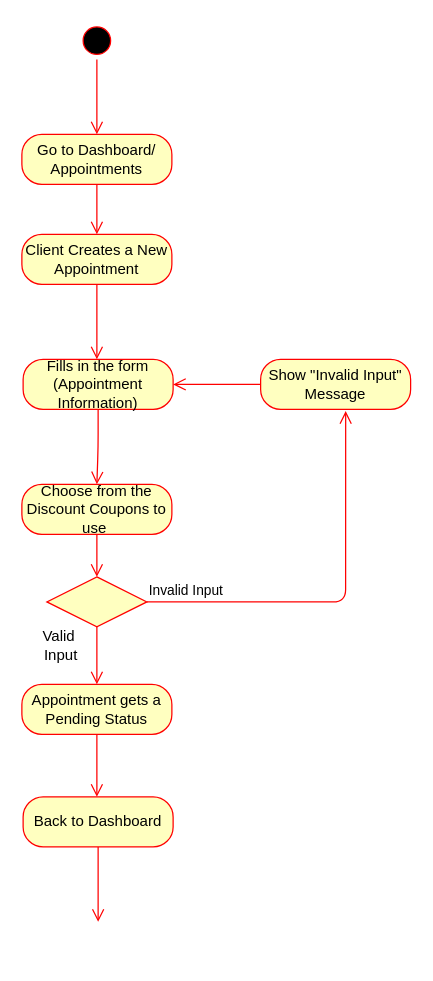
The draw.io diagram Diagrams/Activity Diagrams FINAL/AC_29_Use Coupon.drawio in kkasharaj17/SE-project, before the edit. Source tidied: cells renumbered, new cells numbered last; positions are measured from the earlier drawing's top-left corner, leaving out a move shared by most shapes. Both pictures are drawn from the tidied source at 125%, with x=0, y=0 at pixel (21, 21).
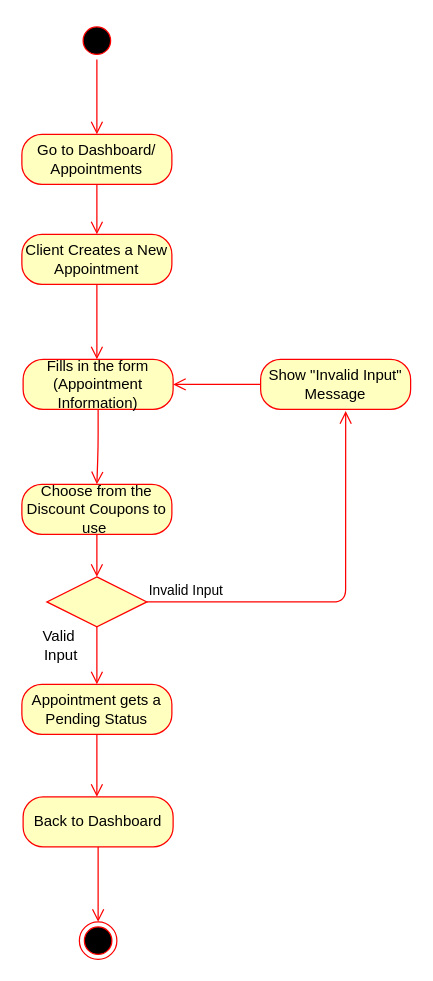
Above is the later version.

The edit, as a diff of the source:
```diff
@@
+    <mxCell id="22" style="ellipse;html=1;shape=endState;fillColor=#000000;strokeColor=#ff0000;" parent="1" vertex="1">
+      <mxGeometry x="46" y="720" width="30" height="30" as="geometry" />
+    </mxCell>
```
